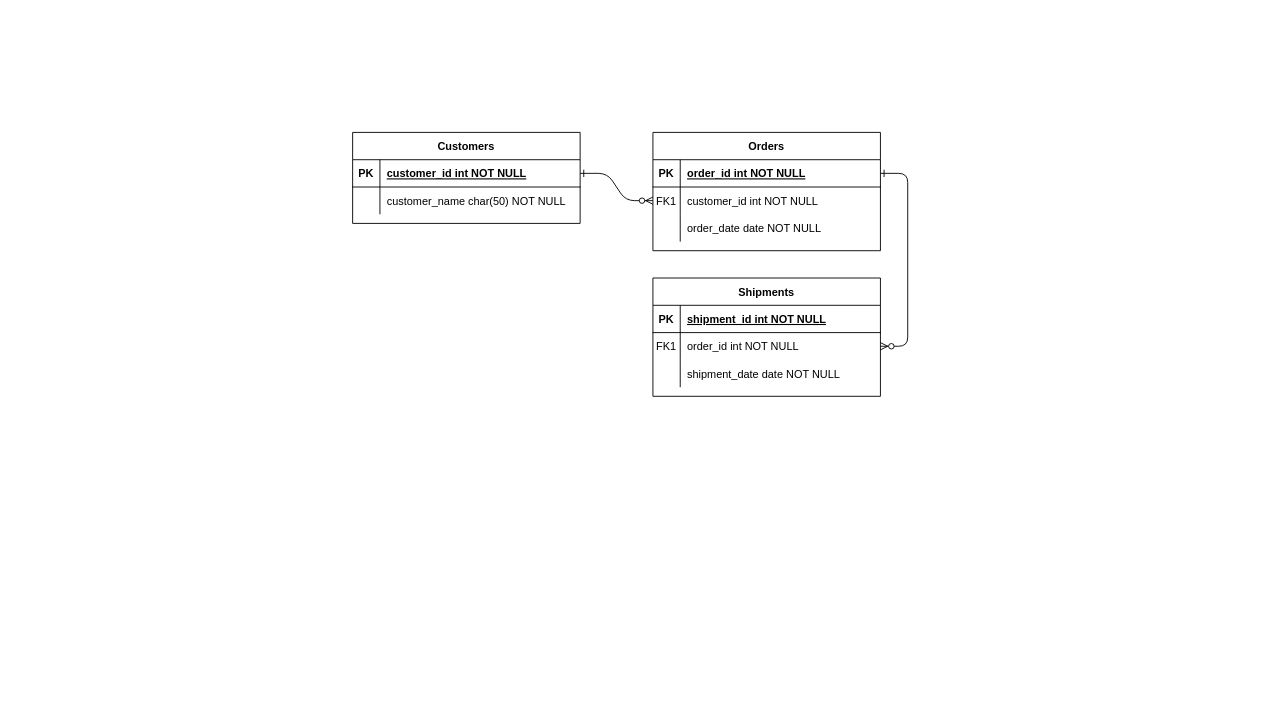
This is Untitled Diagram.drawio from olivejoys/Database-Company, a draw.io file, before an edit. Source tidied: cells renumbered, new cells numbered last; positions are measured from the earlier drawing's top-left corner, leaving out a move shared by most shapes. Both pictures are drawn from the tidied source at 91%, with x=0, y=0 at pixel (352, 132).
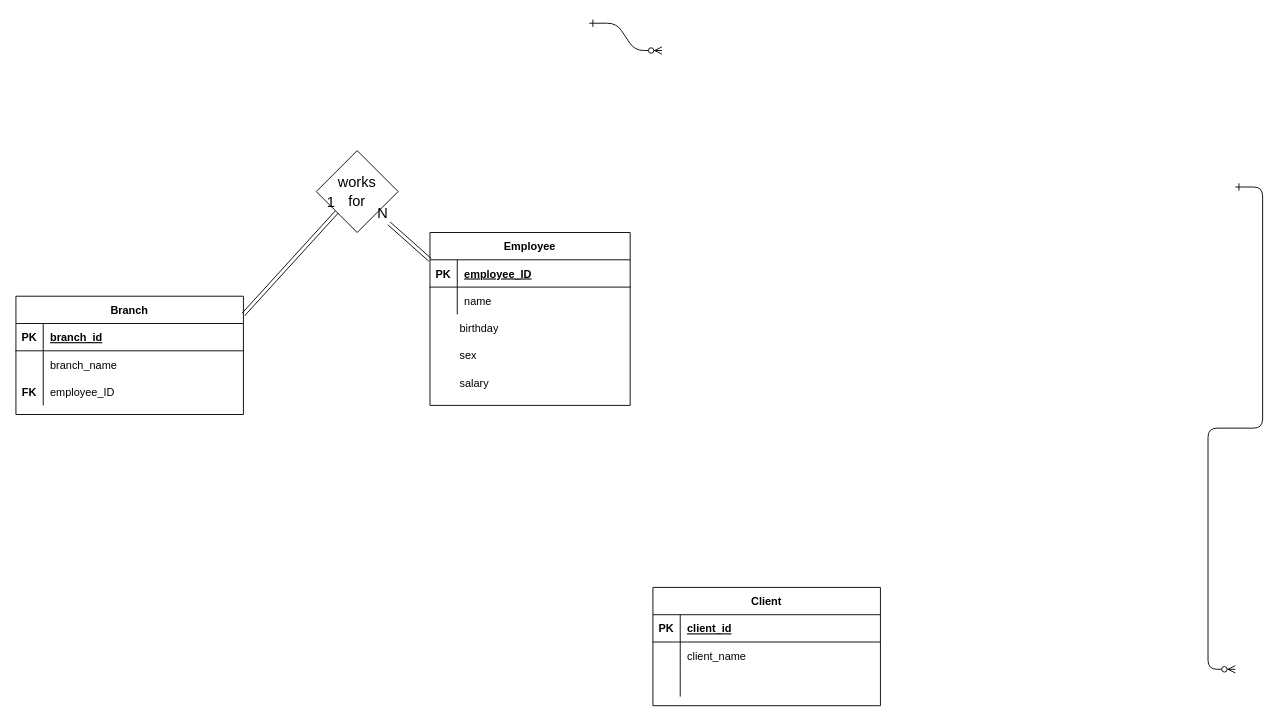
After the change.

Unchanged cells that the change refers to:
```xml
<mxCell id="5" style="shape=partialRectangle;fillColor=none;points=[[0,0.5],[1,0.5]];portConstraint=eastwest;top=0;left=0;right=0;bottom=1;" parent="4" vertex="1">
  <mxGeometry y="30" width="250" height="30" as="geometry" />
</mxCell>
<mxCell id="8" style="shape=partialRectangle;fillColor=none;points=[[0,0.5],[1,0.5]];portConstraint=eastwest;top=0;left=0;right=0;bottom=0;" parent="4" vertex="1">
  <mxGeometry y="60" width="250" height="30" as="geometry" />
</mxCell>
<mxCell id="11" style="shape=partialRectangle;fillColor=none;top=0;left=0;right=0;bottom=0;" parent="4" vertex="1">
  <mxGeometry y="90" width="250" height="30" as="geometry" />
</mxCell>
<mxCell id="15" style="shape=partialRectangle;fillColor=none;top=0;left=0;right=0;bottom=1;" parent="14" vertex="1">
  <mxGeometry y="30" width="250" height="30" as="geometry" />
</mxCell>
<mxCell id="18" style="shape=partialRectangle;fillColor=none;points=[[0,0.5],[1,0.5]];portConstraint=eastwest;top=0;left=0;right=0;bottom=0;" parent="14" vertex="1">
  <mxGeometry y="60" width="250" height="30" as="geometry" />
</mxCell>
<mxCell id="21" style="shape=partialRectangle;fillColor=none;top=0;left=0;right=0;bottom=0;" parent="14" vertex="1">
  <mxGeometry y="90" width="250" height="30" as="geometry" />
</mxCell>
```

The edit, as a diff of the source:
```diff
@@
-    <mxCell id="2" style="edgeStyle=entityRelationEdgeStyle;endArrow=ERzeroToMany;startArrow=ERone;endFill=1;startFill=0;" parent="1" edge="1" source="25" target="8">
-      <mxGeometry relative="1" as="geometry" />
+    <mxCell id="2" style="edgeStyle=entityRelationEdgeStyle;endArrow=ERzeroToMany;startArrow=ERone;endFill=1;startFill=0;" parent="1" edge="1">
+      <mxGeometry relative="1" as="geometry">
+        <mxPoint x="260" y="-120" as="sourcePoint" />
+        <mxPoint x="340" y="-90" as="targetPoint" />
+        <Array as="points">
+          <mxPoint x="310" y="-195" />
+        </Array>
+      </mxGeometry>
     </mxCell>
-    <mxCell id="3" style="edgeStyle=entityRelationEdgeStyle;endArrow=ERzeroToMany;startArrow=ERone;endFill=1;startFill=0;" parent="1" edge="1" source="5" target="18">
-      <mxGeometry relative="1" as="geometry" />
+    <mxCell id="3" style="edgeStyle=entityRelationEdgeStyle;endArrow=ERzeroToMany;startArrow=ERone;endFill=1;startFill=0;" parent="1" edge="1">
+      <mxGeometry relative="1" as="geometry">
+        <mxPoint x="970" y="60" as="sourcePoint" />
+        <mxPoint x="970" y="590" as="targetPoint" />
+      </mxGeometry>
     </mxCell>
-    <mxCell id="4" value="Orders" style="shape=table;startSize=30;childLayout=tableLayout;rowLines=0;fontStyle=1;align=center;" parent="1" vertex="1">
-      <mxGeometry x="330" width="250" height="130" as="geometry" />
+    <mxCell id="4" value="Branch" style="shape=table;startSize=30;childLayout=tableLayout;rowLines=0;fontStyle=1;align=center;" parent="1" vertex="1">
+      <mxGeometry x="-370" y="180" width="250" height="130" as="geometry" />
     </mxCell>
@@
-    <mxCell id="7" value="order_id int NOT NULL " style="shape=partialRectangle;overflow=hidden;fillColor=none;top=0;left=0;bottom=0;right=0;align=left;spacingLeft=6;fontStyle=5;" parent="5" vertex="1">
+    <mxCell id="7" value="branch_id" style="shape=partialRectangle;overflow=hidden;fillColor=none;top=0;left=0;bottom=0;right=0;align=left;spacingLeft=6;fontStyle=5;" parent="5" vertex="1">
       <mxGeometry x="30" width="220" height="30" as="geometry" />
     </mxCell>
@@
-    <mxCell id="9" value="FK1" style="shape=partialRectangle;overflow=hidden;fillColor=none;top=0;left=0;bottom=0;right=0;" parent="8" vertex="1">
+    <mxCell id="9" style="shape=partialRectangle;overflow=hidden;fillColor=none;top=0;left=0;bottom=0;right=0;" parent="8" vertex="1">
       <mxGeometry width="30" height="30" as="geometry" />
     </mxCell>
-    <mxCell id="10" value="customer_id int NOT NULL" style="shape=partialRectangle;overflow=hidden;fillColor=none;top=0;left=0;bottom=0;right=0;align=left;spacingLeft=6;" parent="8" vertex="1">
+    <mxCell id="10" value="branch_name" style="shape=partialRectangle;overflow=hidden;fillColor=none;top=0;left=0;bottom=0;right=0;align=left;spacingLeft=6;" parent="8" vertex="1">
       <mxGeometry x="30" width="220" height="30" as="geometry" />
     </mxCell>
@@
-    <mxCell id="13" value="order_date date NOT NULL" style="shape=partialRectangle;overflow=hidden;fillColor=none;top=0;left=0;bottom=0;right=0;align=left;spacingLeft=6;" parent="11" vertex="1">
+    <mxCell id="13" value="employee_ID" style="shape=partialRectangle;overflow=hidden;fillColor=none;top=0;left=0;bottom=0;right=0;align=left;spacingLeft=6;" parent="11" vertex="1">
       <mxGeometry x="30" width="220" height="30" as="geometry" />
     </mxCell>
-    <mxCell id="14" value="Shipments" style="shape=table;startSize=30;childLayout=tableLayout;rowLines=0;fontStyle=1;align=center;" parent="1" vertex="1">
-      <mxGeometry x="330" y="160" width="250" height="130" as="geometry" />
+    <mxCell id="14" value="Client" style="shape=table;startSize=30;childLayout=tableLayout;rowLines=0;fontStyle=1;align=center;" parent="1" vertex="1">
+      <mxGeometry x="330" y="500" width="250" height="130" as="geometry" />
     </mxCell>
@@
-    <mxCell id="17" value="shipment_id int NOT NULL " style="shape=partialRectangle;overflow=hidden;fillColor=none;top=0;left=0;bottom=0;right=0;align=left;spacingLeft=6;fontStyle=5;" parent="15" vertex="1">
+    <mxCell id="17" value="client_id" style="shape=partialRectangle;overflow=hidden;fillColor=none;top=0;left=0;bottom=0;right=0;align=left;spacingLeft=6;fontStyle=5;" parent="15" vertex="1">
       <mxGeometry x="30" width="220" height="30" as="geometry" />
     </mxCell>
@@
-    <mxCell id="19" value="FK1" style="shape=partialRectangle;overflow=hidden;fillColor=none;top=0;left=0;bottom=0;right=0;" parent="18" vertex="1">
+    <mxCell id="19" style="shape=partialRectangle;overflow=hidden;fillColor=none;top=0;left=0;bottom=0;right=0;" parent="18" vertex="1">
       <mxGeometry width="30" height="30" as="geometry" />
     </mxCell>
-    <mxCell id="20" value="order_id int NOT NULL" style="shape=partialRectangle;overflow=hidden;fillColor=none;top=0;left=0;bottom=0;right=0;align=left;spacingLeft=6;" parent="18" vertex="1">
+    <mxCell id="20" value="client_name" style="shape=partialRectangle;overflow=hidden;fillColor=none;top=0;left=0;bottom=0;right=0;align=left;spacingLeft=6;" parent="18" vertex="1">
       <mxGeometry x="30" width="220" height="30" as="geometry" />
     </mxCell>
@@
-    <mxCell id="23" value="shipment_date date NOT NULL" style="shape=partialRectangle;overflow=hidden;fillColor=none;top=0;left=0;bottom=0;right=0;align=left;spacingLeft=6;" parent="21" vertex="1">
+    <mxCell id="23" style="shape=partialRectangle;overflow=hidden;fillColor=none;top=0;left=0;bottom=0;right=0;align=left;spacingLeft=6;" parent="21" vertex="1">
       <mxGeometry x="30" width="220" height="30" as="geometry" />
     </mxCell>
-    <mxCell id="24" value="Customers" style="shape=table;startSize=30;childLayout=tableLayout;rowLines=0;fontStyle=1;align=center;" parent="1" vertex="1">
-      <mxGeometry width="250" height="100" as="geometry" />
+    <mxCell id="24" value="Employee" style="shape=table;startSize=30;childLayout=tableLayout;rowLines=0;fontStyle=1;align=center;" parent="1" vertex="1">
+      <mxGeometry x="85" y="110" width="220" height="190" as="geometry" />
     </mxCell>
     <mxCell id="25" style="shape=partialRectangle;fillColor=none;points=[[0,0.5],[1,0.5]];portConstraint=eastwest;top=0;left=0;right=0;bottom=1;" parent="24" vertex="1">
-      <mxGeometry y="30" width="250" height="30" as="geometry" />
+      <mxGeometry y="30" width="220" height="30" as="geometry" />
     </mxCell>
@@
-    <mxCell id="27" value="customer_id int NOT NULL " style="shape=partialRectangle;overflow=hidden;fillColor=none;top=0;left=0;bottom=0;right=0;align=left;spacingLeft=6;fontStyle=5;" parent="25" vertex="1">
-      <mxGeometry x="30" width="220" height="30" as="geometry" />
+    <mxCell id="27" value="employee_ID" style="shape=partialRectangle;overflow=hidden;fillColor=none;top=0;left=0;bottom=0;right=0;align=left;spacingLeft=6;fontStyle=5;" parent="25" vertex="1">
+      <mxGeometry x="30" width="190" height="30" as="geometry" />
     </mxCell>
     <mxCell id="28" style="shape=partialRectangle;fillColor=none;top=0;left=0;right=0;bottom=0;" parent="24" vertex="1">
-      <mxGeometry y="60" width="250" height="30" as="geometry" />
+      <mxGeometry y="60" width="220" height="30" as="geometry" />
     </mxCell>
@@
-    <mxCell id="30" value="customer_name char(50) NOT NULL" style="shape=partialRectangle;overflow=hidden;fillColor=none;top=0;left=0;bottom=0;right=0;align=left;spacingLeft=6;" parent="28" vertex="1">
-      <mxGeometry x="30" width="220" height="30" as="geometry" />
+    <mxCell id="30" value="name" style="shape=partialRectangle;overflow=hidden;fillColor=none;top=0;left=0;bottom=0;right=0;align=left;spacingLeft=6;" parent="28" vertex="1">
+      <mxGeometry x="30" width="190" height="30" as="geometry" />
     </mxCell>
+    <mxCell id="31" value="birthday" style="shape=partialRectangle;overflow=hidden;fillColor=none;top=0;left=0;bottom=0;right=0;align=left;spacingLeft=6;" parent="1" vertex="1">
+      <mxGeometry x="110" y="200" width="220" height="30" as="geometry" />
+    </mxCell>
+    <mxCell id="32" value="sex" style="shape=partialRectangle;overflow=hidden;fillColor=none;top=0;left=0;bottom=0;right=0;align=left;spacingLeft=6;" parent="1" vertex="1">
+      <mxGeometry x="110" y="230" width="220" height="30" as="geometry" />
+    </mxCell>
+    <mxCell id="33" value="salary" style="shape=partialRectangle;overflow=hidden;fillColor=none;top=0;left=0;bottom=0;right=0;align=left;spacingLeft=6;" parent="1" vertex="1">
+      <mxGeometry x="110" y="260" width="220" height="30" as="geometry" />
+    </mxCell>
+    <mxCell id="34" value="works&lt;br&gt;for" style="rhombus;whiteSpace=wrap;html=1;fontSize=16;" parent="1" vertex="1">
+      <mxGeometry x="-40" y="20" width="90" height="90" as="geometry" />
+    </mxCell>
+    <mxCell id="35" style="shape=link;html=1;rounded=0;fontSize=12;startSize=8;endSize=8;curved=1;entryX=0;entryY=1;entryDx=0;entryDy=0;" parent="1" edge="1" target="34">
+      <mxGeometry relative="1" as="geometry">
+        <mxPoint x="-120" y="200" as="sourcePoint" />
+      </mxGeometry>
+    </mxCell>
+    <mxCell id="36" value="1" style="html=1;whiteSpace=wrap;align=right;verticalAlign=bottom;fontSize=16;" parent="35" vertex="1">
+      <mxGeometry x="1" relative="1" as="geometry" />
+    </mxCell>
+    <mxCell id="37" style="shape=link;html=1;rounded=0;fontSize=12;startSize=8;endSize=8;curved=1;" parent="1" edge="1">
+      <mxGeometry relative="1" as="geometry">
+        <mxPoint x="85" y="140" as="sourcePoint" />
+        <mxPoint x="40" y="100" as="targetPoint" />
+      </mxGeometry>
+    </mxCell>
+    <mxCell id="38" value="N" style="html=1;whiteSpace=wrap;align=right;verticalAlign=bottom;fontSize=16;" parent="37" vertex="1">
+      <mxGeometry x="1" relative="1" as="geometry" />
+    </mxCell>
+    <mxCell id="39" value="FK" style="shape=partialRectangle;overflow=hidden;fillColor=none;top=0;left=0;bottom=0;right=0;fontStyle=1;" parent="1" vertex="1">
+      <mxGeometry x="-370" y="270" width="30" height="30" as="geometry" />
+    </mxCell>
```
